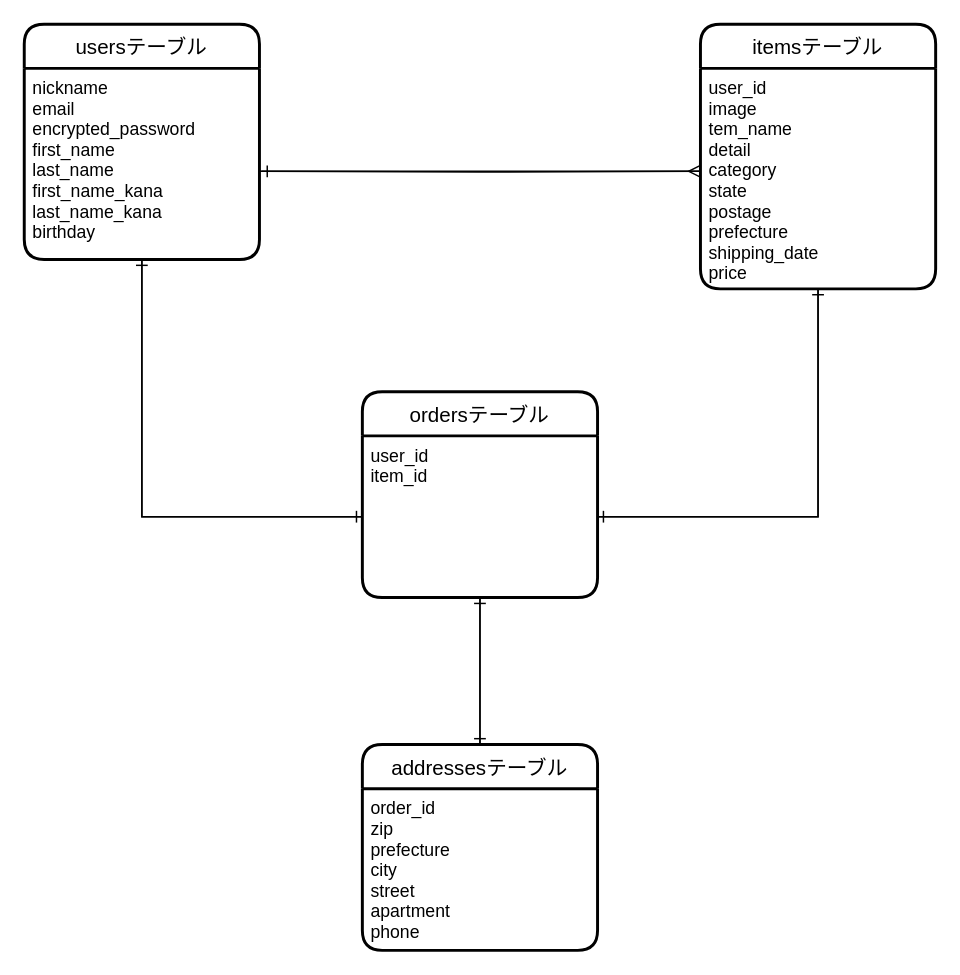
This is ER.dio from Aya720/furima-32142, a draw.io file, before an edit. Source tidied: cells renumbered, new cells numbered last; positions are measured from the earlier drawing's top-left corner, leaving out a move shared by most shapes. Both pictures are drawn from the tidied source at 147%, with x=0, y=0 at pixel (24, 24).
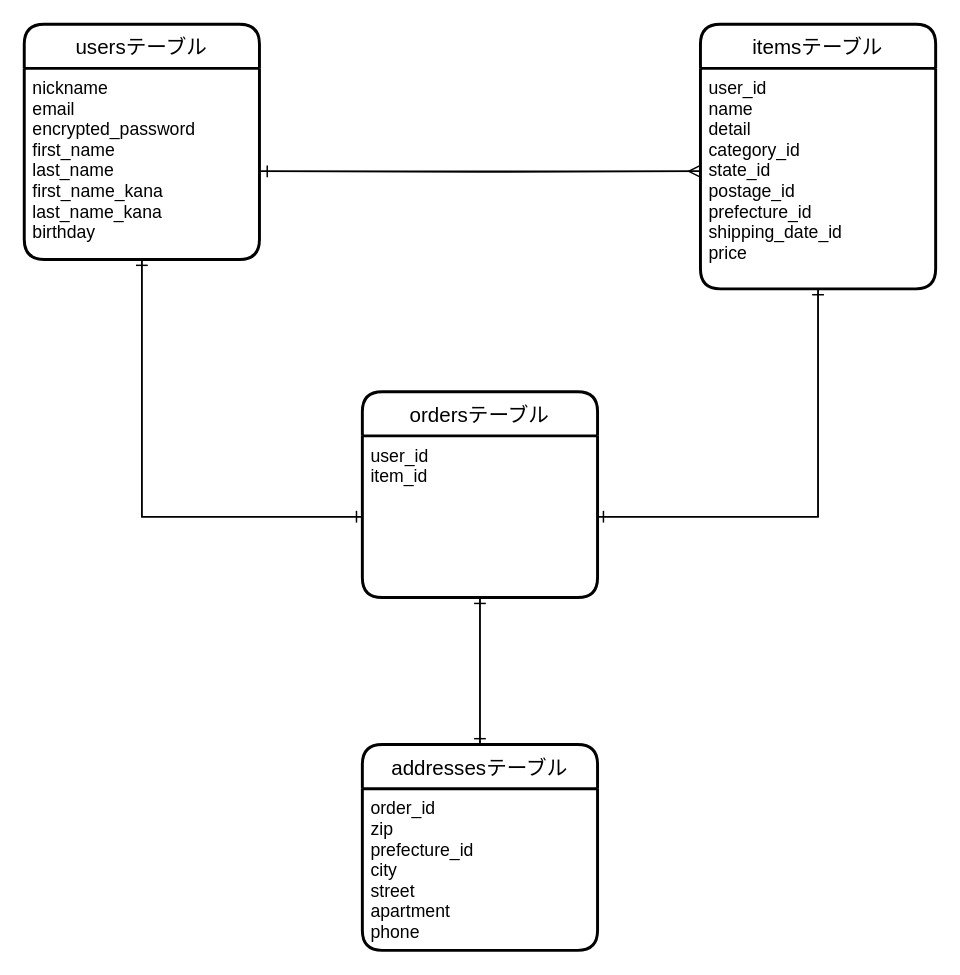
The same diagram, later.

Unchanged cells that the change refers to:
```xml
<mxCell id="4" value="itemsテーブル" style="swimlane;horizontal=1;startSize=30;rounded=1;fontSize=14;fontStyle=0;strokeWidth=2;shadow=0;dashed=0;align=center;" parent="1" vertex="1">
  <mxGeometry x="460" width="160" height="180" as="geometry" />
</mxCell>
<mxCell id="7" value="addressesテーブル" style="swimlane;horizontal=1;startSize=30;rounded=1;fontSize=14;fontStyle=0;strokeWidth=2;shadow=0;dashed=0;align=center;" parent="1" vertex="1">
  <mxGeometry x="230" y="490" width="160" height="140" as="geometry" />
</mxCell>
```

Diff of the diagram source:
```diff
@@
-    <mxCell id="5" value="user_id          &#10;image        &#10;tem_name     &#10;detail      &#10;category     &#10;state         &#10;postage      &#10;prefecture        &#10;shipping_date &#10;price   " style="align=left;strokeColor=none;fillColor=none;spacingLeft=4;fontSize=12;verticalAlign=top;" parent="4" vertex="1">
+    <mxCell id="5" value="user_id             &#10;name           &#10;detail        &#10;category_id      &#10;state_id       &#10;postage_id    &#10;prefecture_id   &#10;shipping_date_id &#10;price " style="align=left;strokeColor=none;fillColor=none;spacingLeft=4;fontSize=12;verticalAlign=top;" parent="4" vertex="1">
       <mxGeometry y="30" width="160" height="150" as="geometry" />
     </mxCell>
@@
-    <mxCell id="8" value="order_id&#10;zip         &#10;prefecture   &#10;city         &#10;street    &#10;apartment   &#10;phone   " style="align=left;strokeColor=none;fillColor=none;spacingLeft=4;fontSize=12;verticalAlign=top;" parent="7" vertex="1">
+    <mxCell id="8" value="order_id&#10;zip         &#10;prefecture_id   &#10;city         &#10;street    &#10;apartment   &#10;phone   " style="align=left;strokeColor=none;fillColor=none;spacingLeft=4;fontSize=12;verticalAlign=top;" parent="7" vertex="1">
       <mxGeometry y="30" width="160" height="110" as="geometry" />
     </mxCell>
```
